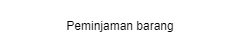
Earlier version of the draw.io export diagrams/Sequence Diagram.drawio.png (johannfac/aplikasipeminjamanaset). Source tidied: cells renumbered, new cells last; positions are measured from the earlier drawing's top-left corner, leaving out a move shared by most shapes.
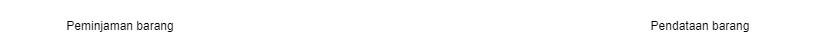
After the change.

The edit, as a diff of the source:
```diff
@@ -5,5 +5,8 @@
     <mxCell id="2" value="Peminjaman barang" style="text;html=1;strokeColor=none;fillColor=none;align=center;verticalAlign=middle;whiteSpace=wrap;rounded=0;" parent="1" vertex="1">
       <mxGeometry width="240" height="50" as="geometry" />
     </mxCell>
+    <mxCell id="3" value="Pendataan barang" style="text;html=1;strokeColor=none;fillColor=none;align=center;verticalAlign=middle;whiteSpace=wrap;rounded=0;" parent="1" vertex="1">
+      <mxGeometry x="580" width="240" height="50" as="geometry" />
+    </mxCell>
   </root>
 </mxGraphModel>
```
